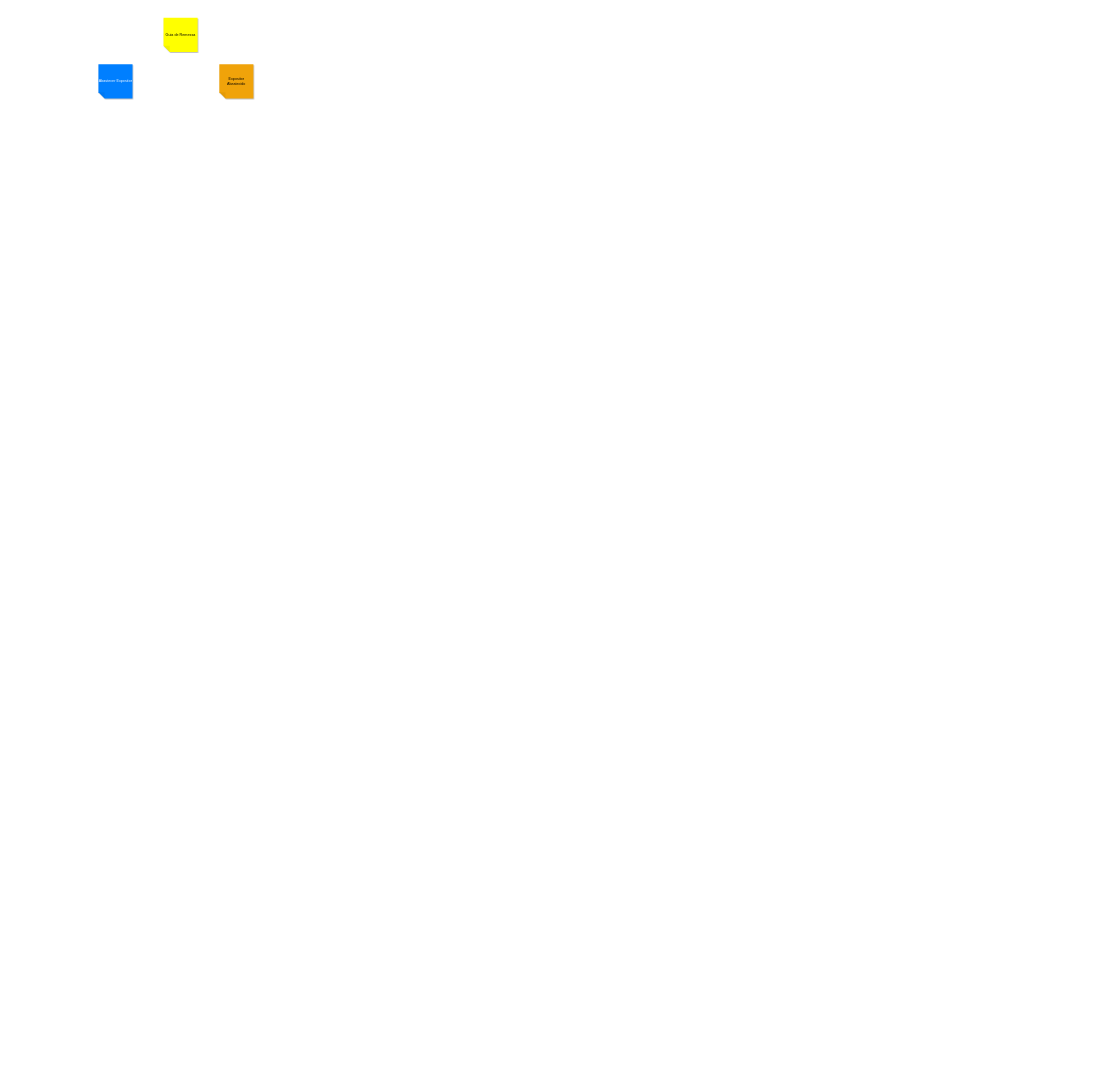
Before: draw/event_storming.drawio in Tito-Cazanga/tcazanga-estagio-2024-04, a draw.io diagram. Source tidied: cells renumbered, new cells numbered last; positions are measured from the earlier drawing's top-left corner, leaving out a move shared by most shapes. Both pictures are drawn from the tidied source at 31%, with x=0, y=0 at pixel (98, 18).
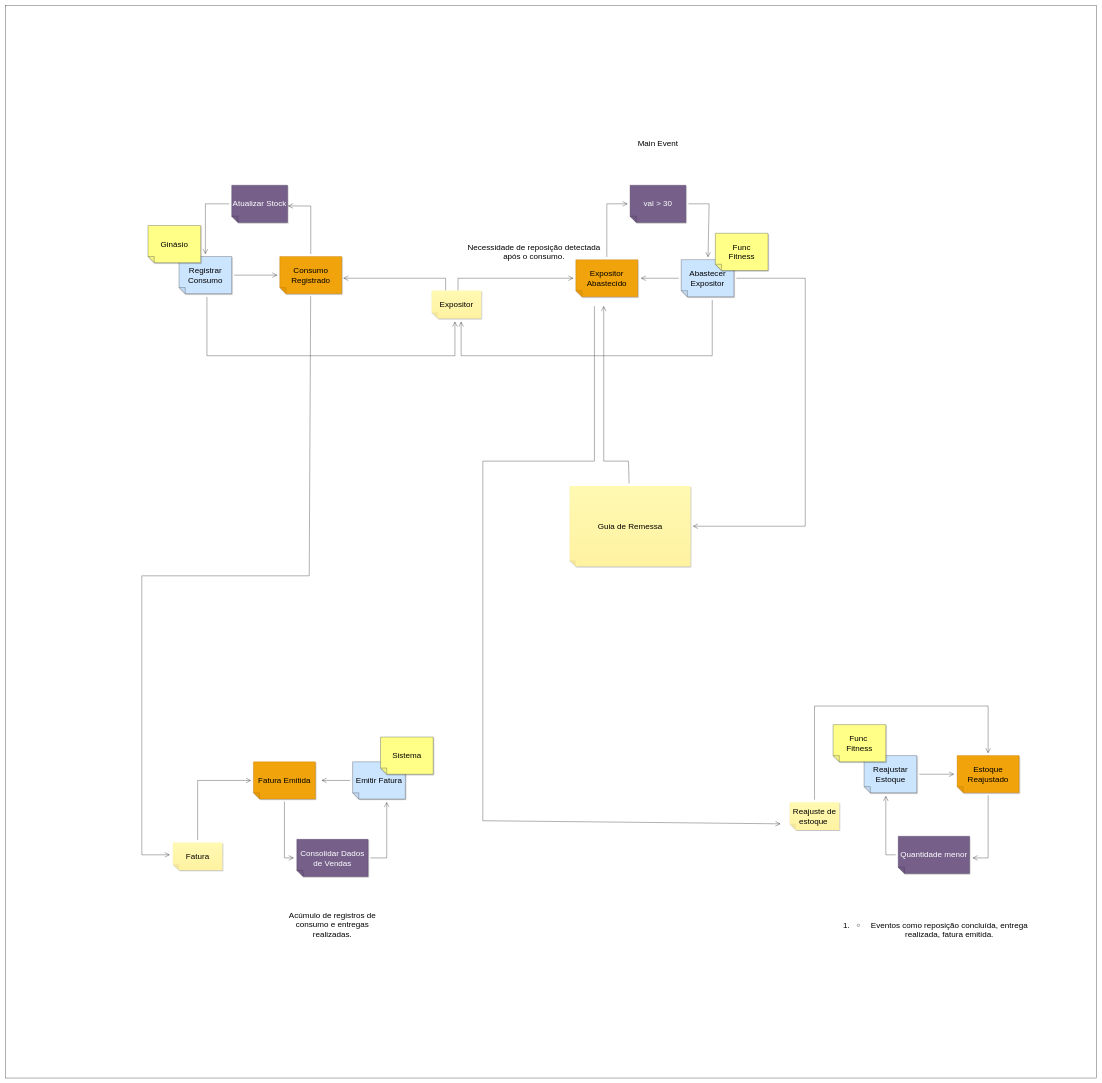
Above is the later version.

Commit message:
Versão antiga

Change to the diagram source:
```diff
@@
+    <mxCell id="5" style="rounded=0;whiteSpace=wrap;html=1;fontSize=26;" parent="1" vertex="1">
+      <mxGeometry x="-300" y="-40" width="3520" height="3460" as="geometry" />
+    </mxCell>
+    <mxCell id="6" style="edgeStyle=none;rounded=0;jettySize=auto;html=1;fontSize=26;endArrow=open;startSize=14;endSize=14;sourcePerimeterSpacing=8;targetPerimeterSpacing=8;exitX=0.719;exitY=1;exitDx=0;exitDy=0;exitPerimeter=0;" parent="1" edge="1" source="8">
+      <mxGeometry relative="1" as="geometry">
+        <mxPoint x="790" y="840" as="targetPoint" />
+        <Array as="points">
+          <mxPoint x="1120" y="840" />
+        </Array>
+      </mxGeometry>
+    </mxCell>
+    <mxCell id="7" style="edgeStyle=none;rounded=0;jettySize=auto;html=1;fontSize=26;endArrow=open;startSize=14;endSize=14;sourcePerimeterSpacing=8;targetPerimeterSpacing=8;exitX=0.469;exitY=1;exitDx=0;exitDy=0;exitPerimeter=0;" parent="1" edge="1" source="8" target="2">
+      <mxGeometry relative="1" as="geometry">
+        <Array as="points">
+          <mxPoint x="1160" y="840" />
+        </Array>
+      </mxGeometry>
+    </mxCell>
+    <mxCell id="8" value="&lt;font style=&quot;font-size: 26px;&quot;&gt;Expositor&lt;/font&gt;" style="shape=note;whiteSpace=wrap;html=1;backgroundOutline=1;fontColor=#000000;darkOpacity=0.05;fillColor=#FFF9B2;strokeColor=none;fillStyle=solid;direction=west;gradientDirection=north;gradientColor=#FFF2A1;shadow=1;size=20;" parent="1" vertex="1">
+      <mxGeometry x="1075" y="880" width="160" height="90" as="geometry" />
+    </mxCell>
+    <mxCell id="9" style="edgeStyle=none;rounded=0;orthogonalLoop=1;jettySize=auto;html=1;fontSize=26;endArrow=open;startSize=14;endSize=14;sourcePerimeterSpacing=8;targetPerimeterSpacing=8;" parent="1" edge="1">
+      <mxGeometry relative="1" as="geometry">
+        <mxPoint x="350" y="900" as="sourcePoint" />
+        <mxPoint x="1150" y="980" as="targetPoint" />
+        <Array as="points">
+          <mxPoint x="350" y="1090" />
+          <mxPoint x="1150" y="1090" />
+        </Array>
+      </mxGeometry>
+    </mxCell>
+    <mxCell id="10" style="edgeStyle=none;rounded=0;jettySize=auto;html=1;fontSize=26;endArrow=open;startSize=14;endSize=14;sourcePerimeterSpacing=8;targetPerimeterSpacing=8;" parent="1" edge="1" source="11" target="16">
+      <mxGeometry relative="1" as="geometry" />
+    </mxCell>
+    <mxCell id="11" value="Registrar Consumo" style="shape=note;whiteSpace=wrap;html=1;backgroundOutline=1;darkOpacity=0.05;fillColor=#cce5ff;strokeColor=#36393d;fillStyle=solid;direction=west;gradientDirection=north;shadow=1;size=20;fontSize=26;" parent="1" vertex="1">
+      <mxGeometry x="260" y="770" width="170" height="120" as="geometry" />
+    </mxCell>
+    <mxCell id="12" style="edgeStyle=none;rounded=0;jettySize=auto;html=1;fontSize=26;endArrow=open;startSize=14;endSize=14;sourcePerimeterSpacing=8;targetPerimeterSpacing=8;" parent="1" edge="1" source="13" target="11">
+      <mxGeometry relative="1" as="geometry">
+        <Array as="points">
+          <mxPoint x="345" y="600" />
+        </Array>
+      </mxGeometry>
+    </mxCell>
+    <mxCell id="13" value="Atualizar Stock" style="shape=note;whiteSpace=wrap;html=1;backgroundOutline=1;darkOpacity=0.05;fillColor=#76608a;strokeColor=#432D57;fillStyle=solid;direction=west;gradientDirection=north;shadow=1;size=20;fontSize=26;fontColor=#ffffff;" parent="1" vertex="1">
+      <mxGeometry x="430" y="540" width="180" height="120" as="geometry" />
+    </mxCell>
+    <mxCell id="14" style="edgeStyle=none;rounded=0;jettySize=auto;html=1;entryX=-0.009;entryY=0.443;entryDx=0;entryDy=0;entryPerimeter=0;fontSize=26;endArrow=open;startSize=14;endSize=14;sourcePerimeterSpacing=8;targetPerimeterSpacing=8;" parent="1" edge="1" source="16" target="13">
+      <mxGeometry relative="1" as="geometry">
+        <Array as="points">
+          <mxPoint x="685" y="607" />
+        </Array>
+      </mxGeometry>
+    </mxCell>
+    <mxCell id="15" style="edgeStyle=none;rounded=0;jettySize=auto;html=1;fontSize=26;endArrow=open;startSize=14;endSize=14;sourcePerimeterSpacing=8;targetPerimeterSpacing=8;" parent="1" edge="1" source="16">
+      <mxGeometry relative="1" as="geometry">
+        <mxPoint x="230" y="2700" as="targetPoint" />
+        <Array as="points">
+          <mxPoint x="680" y="1800" />
+          <mxPoint x="140" y="1800" />
+          <mxPoint x="140" y="2700" />
+        </Array>
+      </mxGeometry>
+    </mxCell>
+    <mxCell id="16" value="Consumo Registrado" style="shape=note;whiteSpace=wrap;html=1;backgroundOutline=1;fontColor=#000000;darkOpacity=0.05;fillColor=#f0a30a;strokeColor=#BD7000;fillStyle=solid;direction=west;gradientDirection=north;shadow=1;size=20;fontSize=26;" parent="1" vertex="1">
+      <mxGeometry x="585" y="770" width="200" height="120" as="geometry" />
+    </mxCell>
+    <mxCell id="17" style="edgeStyle=none;rounded=0;jettySize=auto;html=1;fontSize=26;endArrow=open;startSize=14;endSize=14;sourcePerimeterSpacing=8;targetPerimeterSpacing=8;" parent="1" edge="1" source="2" target="23">
+      <mxGeometry relative="1" as="geometry">
+        <Array as="points">
+          <mxPoint x="1640" y="600" />
+        </Array>
+      </mxGeometry>
+    </mxCell>
+    <mxCell id="18" style="edgeStyle=none;rounded=0;orthogonalLoop=1;jettySize=auto;html=1;fontSize=26;endArrow=open;startSize=14;endSize=14;sourcePerimeterSpacing=8;targetPerimeterSpacing=8;" parent="1" edge="1">
+      <mxGeometry relative="1" as="geometry">
+        <mxPoint x="1600" y="930" as="sourcePoint" />
+        <mxPoint x="2200" y="2600" as="targetPoint" />
+        <Array as="points">
+          <mxPoint x="1600" y="1430" />
+          <mxPoint x="1240" y="1430" />
+          <mxPoint x="1240" y="2590" />
+        </Array>
+      </mxGeometry>
+    </mxCell>
-    <mxCell id="2" value="Expositor Abastecido" style="shape=note;whiteSpace=wrap;html=1;backgroundOutline=1;darkOpacity=0.05;fillColor=#f0a30a;strokeColor=none;fillStyle=solid;direction=west;gradientDirection=north;shadow=1;size=20;fontColor=#000000;" parent="1" vertex="1">
-      <mxGeometry x="390" y="150" width="110" height="110" as="geometry" />
+    <mxCell id="2" value="Expositor Abastecido" style="shape=note;whiteSpace=wrap;html=1;backgroundOutline=1;fontColor=#000000;darkOpacity=0.05;fillColor=#f0a30a;strokeColor=#BD7000;fillStyle=solid;direction=west;gradientDirection=north;shadow=1;size=20;fontSize=26;" parent="1" vertex="1">
+      <mxGeometry x="1540" y="780" width="200" height="120" as="geometry" />
     </mxCell>
+    <mxCell id="19" style="edgeStyle=none;rounded=0;orthogonalLoop=1;jettySize=auto;html=1;fontSize=26;endArrow=open;startSize=14;endSize=14;sourcePerimeterSpacing=8;targetPerimeterSpacing=8;" parent="1" edge="1">
+      <mxGeometry relative="1" as="geometry">
+        <mxPoint x="1980" y="910" as="sourcePoint" />
+        <mxPoint x="1170" y="980" as="targetPoint" />
+        <Array as="points">
+          <mxPoint x="1980" y="1090" />
+          <mxPoint x="1170" y="1090" />
+        </Array>
+      </mxGeometry>
+    </mxCell>
+    <mxCell id="20" style="edgeStyle=none;rounded=0;jettySize=auto;html=1;fontSize=26;endArrow=open;startSize=14;endSize=14;sourcePerimeterSpacing=8;targetPerimeterSpacing=8;" parent="1" edge="1" source="4" target="3">
+      <mxGeometry relative="1" as="geometry">
+        <Array as="points">
+          <mxPoint x="2280" y="840" />
+          <mxPoint x="2280" y="1640" />
+        </Array>
+      </mxGeometry>
+    </mxCell>
+    <mxCell id="21" style="edgeStyle=none;rounded=0;jettySize=auto;html=1;fontSize=26;endArrow=open;startSize=14;endSize=14;sourcePerimeterSpacing=8;targetPerimeterSpacing=8;" parent="1" edge="1" source="4">
+      <mxGeometry relative="1" as="geometry">
+        <mxPoint x="1750" y="840" as="targetPoint" />
+      </mxGeometry>
+    </mxCell>
+    <mxCell id="4" value="Abastecer Expositor" style="shape=note;whiteSpace=wrap;html=1;backgroundOutline=1;darkOpacity=0.05;fillColor=#cce5ff;strokeColor=#36393d;fillStyle=solid;direction=west;gradientDirection=north;shadow=1;size=20;fontSize=26;" parent="1" vertex="1">
+      <mxGeometry x="1880" y="780" width="170" height="120" as="geometry" />
+    </mxCell>
+    <mxCell id="22" style="edgeStyle=none;rounded=0;jettySize=auto;html=1;fontSize=26;endArrow=open;startSize=14;endSize=14;sourcePerimeterSpacing=8;targetPerimeterSpacing=8;" parent="1" edge="1" source="23" target="4">
+      <mxGeometry relative="1" as="geometry">
+        <Array as="points">
+          <mxPoint x="1970" y="600" />
+        </Array>
+      </mxGeometry>
+    </mxCell>
+    <mxCell id="23" value="val &amp;gt; 30" style="shape=note;whiteSpace=wrap;html=1;backgroundOutline=1;darkOpacity=0.05;fillColor=#76608a;strokeColor=#432D57;fillStyle=solid;direction=west;gradientDirection=north;shadow=1;size=20;fontSize=26;fontColor=#ffffff;" parent="1" vertex="1">
+      <mxGeometry x="1715" y="540" width="180" height="120" as="geometry" />
+    </mxCell>
+    <mxCell id="24" value="Necessidade de reposição detectada após o consumo." style="text;strokeColor=none;fillColor=none;html=1;align=center;verticalAlign=middle;whiteSpace=wrap;rounded=0;fontSize=26;" parent="1" vertex="1">
+      <mxGeometry x="1190" y="740" width="430" height="30" as="geometry" />
+    </mxCell>
+    <mxCell id="25" style="edgeStyle=none;rounded=0;jettySize=auto;html=1;fontSize=26;endArrow=open;startSize=14;endSize=14;sourcePerimeterSpacing=8;targetPerimeterSpacing=8;" parent="1" edge="1" source="26">
+      <mxGeometry relative="1" as="geometry">
+        <mxPoint x="630" y="2710" as="targetPoint" />
+        <Array as="points">
+          <mxPoint x="600" y="2710" />
+        </Array>
+      </mxGeometry>
+    </mxCell>
+    <mxCell id="26" value="Fatura Emitida" style="shape=note;whiteSpace=wrap;html=1;backgroundOutline=1;fontColor=#000000;darkOpacity=0.05;fillColor=#f0a30a;strokeColor=#BD7000;fillStyle=solid;direction=west;gradientDirection=north;shadow=1;size=20;fontSize=26;" parent="1" vertex="1">
+      <mxGeometry x="500" y="2400" width="200" height="120" as="geometry" />
+    </mxCell>
+    <mxCell id="27" style="edgeStyle=none;rounded=0;jettySize=auto;html=1;fontSize=26;endArrow=open;startSize=14;endSize=14;sourcePerimeterSpacing=8;targetPerimeterSpacing=8;" parent="1" edge="1" source="28">
+      <mxGeometry relative="1" as="geometry">
+        <mxPoint x="720" y="2460" as="targetPoint" />
+      </mxGeometry>
+    </mxCell>
+    <mxCell id="28" value="Emitir Fatura" style="shape=note;whiteSpace=wrap;html=1;backgroundOutline=1;darkOpacity=0.05;fillColor=#cce5ff;strokeColor=#36393d;fillStyle=solid;direction=west;gradientDirection=north;shadow=1;size=20;fontSize=26;" parent="1" vertex="1">
+      <mxGeometry x="820" y="2400" width="170" height="120" as="geometry" />
+    </mxCell>
+    <mxCell id="29" style="edgeStyle=none;rounded=0;jettySize=auto;html=1;fontSize=26;endArrow=open;startSize=14;endSize=14;sourcePerimeterSpacing=8;targetPerimeterSpacing=8;" parent="1" edge="1" source="30">
+      <mxGeometry relative="1" as="geometry">
+        <mxPoint x="930" y="2530" as="targetPoint" />
+        <Array as="points">
+          <mxPoint x="930" y="2710" />
+        </Array>
+      </mxGeometry>
+    </mxCell>
+    <mxCell id="30" value=" Consolidar Dados de Vendas" style="shape=note;whiteSpace=wrap;html=1;backgroundOutline=1;darkOpacity=0.05;fillColor=#76608a;strokeColor=#432D57;fillStyle=solid;direction=west;gradientDirection=north;shadow=1;size=20;fontSize=26;fontColor=#ffffff;" parent="1" vertex="1">
+      <mxGeometry x="640" y="2650" width="230" height="120" as="geometry" />
+    </mxCell>
+    <mxCell id="31" value="Acúmulo de registros de consumo e entregas realizadas." style="text;strokeColor=none;fillColor=none;html=1;align=center;verticalAlign=middle;whiteSpace=wrap;rounded=0;fontSize=26;" parent="1" vertex="1">
+      <mxGeometry x="580" y="2880" width="350" height="90" as="geometry" />
+    </mxCell>
+    <mxCell id="32" style="edgeStyle=none;rounded=0;jettySize=auto;html=1;fontSize=26;endArrow=open;startSize=14;endSize=14;sourcePerimeterSpacing=8;targetPerimeterSpacing=8;" parent="1" edge="1" source="33" target="26">
+      <mxGeometry relative="1" as="geometry">
+        <Array as="points">
+          <mxPoint x="320" y="2460" />
+        </Array>
+      </mxGeometry>
+    </mxCell>
+    <mxCell id="33" value="&lt;font style=&quot;font-size: 26px;&quot;&gt;Fatura&lt;/font&gt;" style="shape=note;whiteSpace=wrap;html=1;backgroundOutline=1;fontColor=#000000;darkOpacity=0.05;fillColor=#FFF9B2;strokeColor=none;fillStyle=solid;direction=west;gradientDirection=north;gradientColor=#FFF2A1;shadow=1;size=20;" parent="1" vertex="1">
+      <mxGeometry x="240" y="2660" width="160" height="90" as="geometry" />
+    </mxCell>
+    <mxCell id="34" style="edgeStyle=none;rounded=0;jettySize=auto;html=1;fontSize=26;endArrow=open;startSize=14;endSize=14;sourcePerimeterSpacing=8;targetPerimeterSpacing=8;" parent="1" edge="1" source="35" target="37">
+      <mxGeometry relative="1" as="geometry">
+        <Array as="points">
+          <mxPoint x="2310" y="2220" />
+          <mxPoint x="2870" y="2220" />
+        </Array>
+      </mxGeometry>
+    </mxCell>
+    <mxCell id="35" value="&lt;font style=&quot;font-size: 26px;&quot;&gt;Reajuste de estoque&amp;nbsp;&lt;/font&gt;" style="shape=note;whiteSpace=wrap;html=1;backgroundOutline=1;fontColor=#000000;darkOpacity=0.05;fillColor=#FFF9B2;strokeColor=none;fillStyle=solid;direction=west;gradientDirection=north;gradientColor=#FFF2A1;shadow=1;size=20;" parent="1" vertex="1">
+      <mxGeometry x="2230" y="2530" width="160" height="90" as="geometry" />
+    </mxCell>
+    <mxCell id="36" style="edgeStyle=none;rounded=0;jettySize=auto;html=1;fontSize=26;endArrow=open;startSize=14;endSize=14;sourcePerimeterSpacing=8;targetPerimeterSpacing=8;" parent="1" edge="1" source="37">
+      <mxGeometry relative="1" as="geometry">
+        <mxPoint x="2820" y="2710" as="targetPoint" />
+        <Array as="points">
+          <mxPoint x="2870" y="2710" />
+        </Array>
+      </mxGeometry>
+    </mxCell>
+    <mxCell id="37" value="Estoque Reajustado" style="shape=note;whiteSpace=wrap;html=1;backgroundOutline=1;fontColor=#000000;darkOpacity=0.05;fillColor=#f0a30a;strokeColor=#BD7000;fillStyle=solid;direction=west;gradientDirection=north;shadow=1;size=20;fontSize=26;" parent="1" vertex="1">
+      <mxGeometry x="2770" y="2380" width="200" height="120" as="geometry" />
+    </mxCell>
+    <mxCell id="38" style="edgeStyle=none;rounded=0;jettySize=auto;html=1;fontSize=26;endArrow=open;startSize=14;endSize=14;sourcePerimeterSpacing=8;targetPerimeterSpacing=8;" parent="1" edge="1" source="39">
+      <mxGeometry relative="1" as="geometry">
+        <mxPoint x="2760" y="2440" as="targetPoint" />
+      </mxGeometry>
+    </mxCell>
+    <mxCell id="39" value="Reajustar Estoque" style="shape=note;whiteSpace=wrap;html=1;backgroundOutline=1;darkOpacity=0.05;fillColor=#cce5ff;strokeColor=#36393d;fillStyle=solid;direction=west;gradientDirection=north;shadow=1;size=20;fontSize=26;" parent="1" vertex="1">
+      <mxGeometry x="2470" y="2380" width="170" height="120" as="geometry" />
+    </mxCell>
+    <mxCell id="40" style="edgeStyle=none;rounded=0;jettySize=auto;html=1;fontSize=26;endArrow=open;startSize=14;endSize=14;sourcePerimeterSpacing=8;targetPerimeterSpacing=8;" parent="1" edge="1" source="41">
+      <mxGeometry relative="1" as="geometry">
+        <mxPoint x="2540" y="2510" as="targetPoint" />
+        <Array as="points">
+          <mxPoint x="2540" y="2700" />
+        </Array>
+      </mxGeometry>
+    </mxCell>
+    <mxCell id="41" value="Quantidade menor" style="shape=note;whiteSpace=wrap;html=1;backgroundOutline=1;darkOpacity=0.05;fillColor=#76608a;strokeColor=#432D57;fillStyle=solid;direction=west;gradientDirection=north;shadow=1;size=20;fontSize=26;fontColor=#ffffff;" parent="1" vertex="1">
+      <mxGeometry x="2580" y="2640" width="230" height="120" as="geometry" />
+    </mxCell>
+    <mxCell id="42" value="&lt;ol&gt;&lt;li&gt;&lt;ul&gt;&lt;li&gt;Eventos como reposição concluída, entrega realizada, fatura emitida.&lt;/li&gt;&lt;/ul&gt;&lt;/li&gt;&lt;/ol&gt;&lt;h3&gt;&lt;/h3&gt;" style="text;strokeColor=none;fillColor=none;html=1;align=center;verticalAlign=middle;whiteSpace=wrap;rounded=0;fontSize=26;" parent="1" vertex="1">
+      <mxGeometry x="2390" y="2930" width="630" height="30" as="geometry" />
+    </mxCell>
+    <mxCell id="43" style="edgeStyle=none;rounded=0;jettySize=auto;html=1;fontSize=26;endArrow=open;startSize=14;endSize=14;sourcePerimeterSpacing=8;targetPerimeterSpacing=8;" parent="1" edge="1" source="3">
+      <mxGeometry relative="1" as="geometry">
+        <mxPoint x="1630" y="930" as="targetPoint" />
+        <Array as="points">
+          <mxPoint x="1710" y="1430" />
+          <mxPoint x="1630" y="1430" />
+        </Array>
+      </mxGeometry>
+    </mxCell>
-    <mxCell id="3" value="Guia de Remessa" style="shape=note;whiteSpace=wrap;html=1;backgroundOutline=1;darkOpacity=0.05;fillColor=#FFFF00;strokeColor=none;fillStyle=solid;direction=west;gradientDirection=north;shadow=1;size=20;fontColor=#000000;" parent="1" vertex="1">
-      <mxGeometry x="210" width="110" height="110" as="geometry" />
+    <mxCell id="3" value="&lt;font style=&quot;font-size: 26px;&quot;&gt;Guia de Remessa&lt;/font&gt;" style="shape=note;whiteSpace=wrap;html=1;backgroundOutline=1;fontColor=#000000;darkOpacity=0.05;fillColor=#FFF9B2;strokeColor=none;fillStyle=solid;direction=west;gradientDirection=north;gradientColor=#FFF2A1;shadow=1;size=20;" parent="1" vertex="1">
+      <mxGeometry x="1520" y="1510" width="390" height="260" as="geometry" />
     </mxCell>
-    <mxCell id="4" value="Abastecer Expositor" style="shape=note;whiteSpace=wrap;html=1;backgroundOutline=1;darkOpacity=0.05;fillColor=#007FFF;strokeColor=none;fillStyle=solid;direction=west;gradientDirection=north;shadow=1;size=20;fontColor=#FFFFFF;" parent="1" vertex="1">
-      <mxGeometry y="150" width="110" height="110" as="geometry" />
-    </mxCell>
+    <mxCell id="44" value="Main Event" style="text;strokeColor=none;fillColor=none;html=1;align=center;verticalAlign=middle;whiteSpace=wrap;rounded=0;fontSize=26;" parent="1" vertex="1">
+      <mxGeometry x="1690" y="390" width="230" height="30" as="geometry" />
+    </mxCell>
+    <mxCell id="45" value="Ginásio" style="shape=note;whiteSpace=wrap;html=1;backgroundOutline=1;darkOpacity=0.05;fillColor=#ffff88;strokeColor=#36393d;fillStyle=solid;direction=west;gradientDirection=north;shadow=1;size=20;fontSize=26;" parent="1" vertex="1">
+      <mxGeometry x="160" y="670" width="170" height="120" as="geometry" />
+    </mxCell>
+    <mxCell id="46" value="Func&lt;br&gt;Fitness" style="shape=note;whiteSpace=wrap;html=1;backgroundOutline=1;darkOpacity=0.05;fillColor=#ffff88;strokeColor=#36393d;fillStyle=solid;direction=west;gradientDirection=north;shadow=1;size=20;fontSize=26;" parent="1" vertex="1">
+      <mxGeometry x="1990" y="695" width="170" height="120" as="geometry" />
+    </mxCell>
+    <mxCell id="47" value="Sistema" style="shape=note;whiteSpace=wrap;html=1;backgroundOutline=1;darkOpacity=0.05;fillColor=#ffff88;strokeColor=#36393d;fillStyle=solid;direction=west;gradientDirection=north;shadow=1;size=20;fontSize=26;" parent="1" vertex="1">
+      <mxGeometry x="910" y="2320" width="170" height="120" as="geometry" />
+    </mxCell>
+    <mxCell id="48" value="Func&amp;nbsp;&lt;br&gt;Fitness" style="shape=note;whiteSpace=wrap;html=1;backgroundOutline=1;darkOpacity=0.05;fillColor=#ffff88;strokeColor=#36393d;fillStyle=solid;direction=west;gradientDirection=north;shadow=1;size=20;fontSize=26;" parent="1" vertex="1">
+      <mxGeometry x="2370" y="2280" width="170" height="120" as="geometry" />
+    </mxCell>
```
